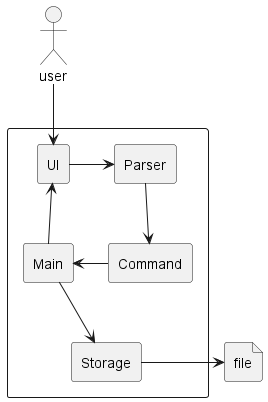
The PlantUML diagram docs/images/ArchitectureDiagram.png in sRanay/tp, before a commit.
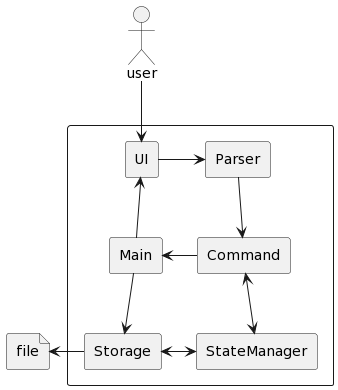
After the change.

Commit message:
Add DG sections for StateManager and transaction addition

What changed in the source:
```diff
@@ -1,19 +1,16 @@
 @startuml
-!include Style.puml
-
 skinparam componentStyle rectangle
 actor user
 file file
 component {
-    [Storage] -> file
     user -d-> [UI]
     [Main] -up-> [UI]
     [Main] -d-> [Storage]
     [UI] -> [Parser]
     [Parser] -> [Command]
     [Command] -> [Main]
-
-
+    [Command] <-> [StateManager]
+    [Storage] <-> [StateManager]
+    [Storage] -l-> file
 }
-
 @enduml
```
